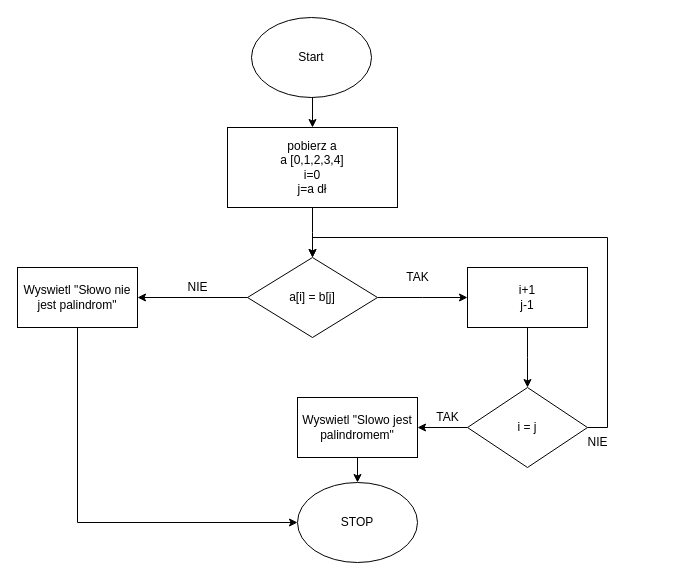
Earlier version of the draw.io diagram palingram.drawio (PiotrMoksik/Algorytmy). Source tidied: cells renumbered, new cells numbered last; positions are measured from the earlier drawing's top-left corner, leaving out a move shared by most shapes. Both pictures are drawn from the tidied source at 100%, with x=0, y=0 at pixel (17, 17).
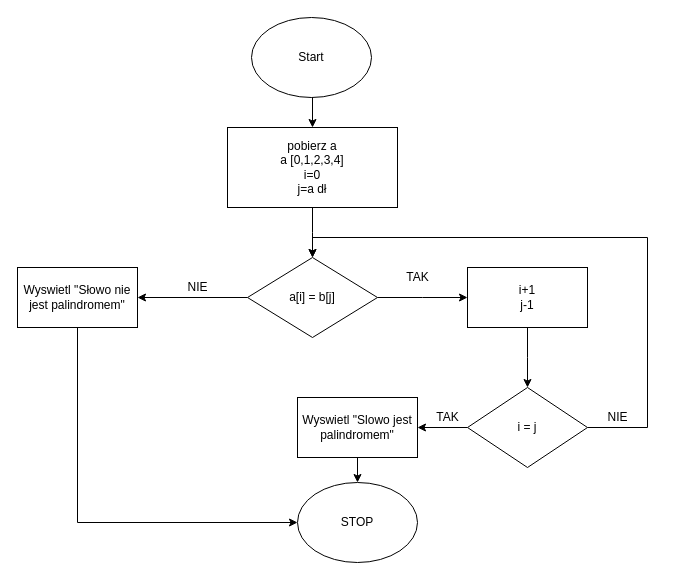
The same page after the edit.

Unchanged cells that the change refers to:
```xml
<mxCell id="10" value="a[i] = b[j]" style="rhombus;whiteSpace=wrap;html=1;" parent="1" vertex="1">
  <mxGeometry x="230" y="240" width="130" height="80" as="geometry" />
</mxCell>
<mxCell id="17" value="i = j" style="rhombus;whiteSpace=wrap;html=1;" parent="1" vertex="1">
  <mxGeometry x="450" y="370" width="120" height="80" as="geometry" />
</mxCell>
```

Change to the diagram source:
```diff
@@
-    <mxCell id="7" value="Wyswietl &quot;Słowo nie jest palindrom&quot;" style="rounded=0;whiteSpace=wrap;html=1;" parent="1" vertex="1">
+    <mxCell id="7" value="Wyswietl &quot;Słowo nie jest palindromem&quot;" style="rounded=0;whiteSpace=wrap;html=1;" parent="1" vertex="1">
       <mxGeometry y="250" width="120" height="60" as="geometry" />
     </mxCell>
@@
     <mxCell id="16" style="edgeStyle=orthogonalEdgeStyle;rounded=0;jettySize=auto;html=1;exitX=1;exitY=0.5;exitDx=0;exitDy=0;entryX=0.5;entryY=0;entryDx=0;entryDy=0;" parent="1" edge="1" source="17" target="10">
-      <mxGeometry relative="1" as="geometry" />
+      <mxGeometry relative="1" as="geometry">
+        <Array as="points">
+          <mxPoint x="630" y="410" />
+          <mxPoint x="630" y="220" />
+          <mxPoint x="295" y="220" />
+        </Array>
+      </mxGeometry>
     </mxCell>
@@
     <mxCell id="22" value="NIE" style="text;html=1;align=center;verticalAlign=middle;strokeColor=none;fillColor=none;" parent="1" vertex="1">
-      <mxGeometry x="560" y="410" width="40" height="30" as="geometry" />
+      <mxGeometry x="580" y="385" width="40" height="30" as="geometry" />
     </mxCell>
```
